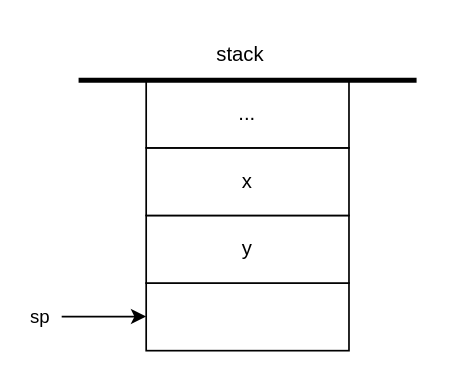
Above: diagrams/stack-arthimetic-logical-cmds.drawio in RA251995/NAND2Tetris (draw.io), before the change. Source tidied: cells renumbered, new cells numbered last; positions are measured from the earlier drawing's top-left corner, leaving out a move shared by most shapes. Both pictures are drawn from the tidied source at 169%, with x=0, y=0 at pixel (61, 29).
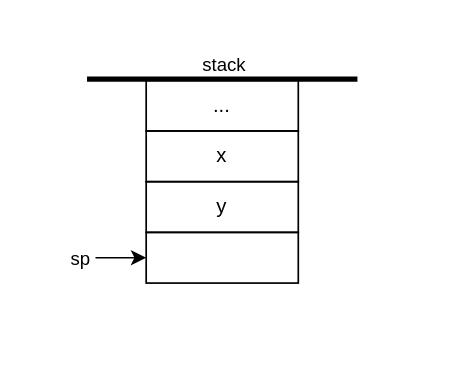
Above is the later version.

The edit, as a diff of the source:
```diff
@@
 <mxGraphModel>
   <root>
     <mxCell id="0" />
     <mxCell id="1" parent="0" />
-    <mxCell id="2" style="rounded=0;whiteSpace=wrap;html=1;" parent="1" vertex="1">
-      <mxGeometry x="50" y="150" width="120" height="40" as="geometry" />
+    <mxCell id="2" style="rounded=0;whiteSpace=wrap;html=1;fontColor=default;fillColor=none;" parent="1" vertex="1">
+      <mxGeometry x="50" y="120" width="90" height="30" as="geometry" />
     </mxCell>
-    <mxCell id="3" value="y" style="rounded=0;whiteSpace=wrap;html=1;" parent="1" vertex="1">
-      <mxGeometry x="50" y="110" width="120" height="40" as="geometry" />
+    <mxCell id="3" value="y" style="rounded=0;whiteSpace=wrap;html=1;fillColor=none;" parent="1" vertex="1">
+      <mxGeometry x="50" y="90" width="90" height="30" as="geometry" />
     </mxCell>
-    <mxCell id="4" value="x" style="rounded=0;whiteSpace=wrap;html=1;" parent="1" vertex="1">
-      <mxGeometry x="50" y="70" width="120" height="40" as="geometry" />
+    <mxCell id="4" value="x" style="rounded=0;whiteSpace=wrap;html=1;fillColor=none;" parent="1" vertex="1">
+      <mxGeometry x="50" y="60" width="90" height="30" as="geometry" />
     </mxCell>
-    <mxCell id="5" value="..." style="rounded=0;whiteSpace=wrap;html=1;" parent="1" vertex="1">
-      <mxGeometry x="50" y="30" width="120" height="40" as="geometry" />
+    <mxCell id="5" value="..." style="rounded=0;whiteSpace=wrap;html=1;fillColor=none;" parent="1" vertex="1">
+      <mxGeometry x="50" y="30" width="90" height="30" as="geometry" />
     </mxCell>
     <mxCell id="6" style="endArrow=none;html=1;rounded=0;strokeWidth=3;" parent="1" edge="1">
       <mxGeometry relative="1" as="geometry">
-        <mxPoint x="10" y="30" as="sourcePoint" />
-        <mxPoint x="210" y="30" as="targetPoint" />
+        <mxPoint x="15" y="29.3" as="sourcePoint" />
+        <mxPoint x="175" y="29.3" as="targetPoint" />
       </mxGeometry>
     </mxCell>
-    <mxCell id="7" value="stack" style="text;html=1;align=center;verticalAlign=middle;whiteSpace=wrap;rounded=0;" parent="1" vertex="1">
-      <mxGeometry x="76" width="60" height="30" as="geometry" />
+    <mxCell id="7" value="stack" style="edgeLabel;html=1;align=center;verticalAlign=middle;labelBackgroundColor=none;" parent="6" vertex="1">
+      <mxGeometry y="-1" relative="1" as="geometry">
+        <mxPoint y="-10" as="offset" />
+      </mxGeometry>
     </mxCell>
-    <mxCell id="8" style="endArrow=classic;html=1;rounded=0;" parent="1" edge="1">
+    <mxCell id="8" style="endArrow=classic;html=1;rounded=0;entryX=0;entryY=0.5;entryDx=0;entryDy=0;labelBackgroundColor=none;" parent="1" edge="1" target="2">
       <mxGeometry relative="1" as="geometry">
-        <mxPoint y="169.8" as="sourcePoint" />
-        <mxPoint x="50" y="169.8" as="targetPoint" />
+        <mxPoint x="20" y="135" as="sourcePoint" />
       </mxGeometry>
     </mxCell>
     <mxCell id="9" value="sp" style="edgeLabel;html=1;align=center;verticalAlign=middle;" parent="8" vertex="1">
       <mxGeometry x="-0.59" y="2" relative="1" as="geometry">
-        <mxPoint x="-24" y="2" as="offset" />
+        <mxPoint x="-16" y="2" as="offset" />
       </mxGeometry>
     </mxCell>
   </root>
 </mxGraphModel>
```
